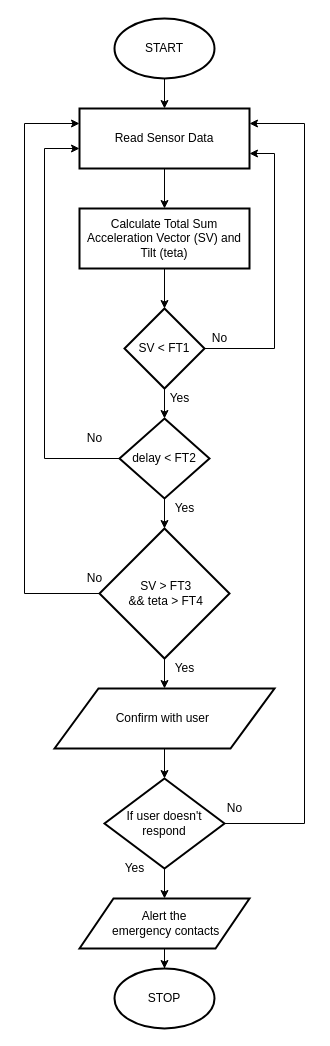
bhatvineeth/FallDetectionSystem keeps this draw.io diagram as Documents/Design/Flowchart/Flowchart.drawio. Above is the earlier version. Source tidied: cells renumbered, new cells numbered last; positions are measured from the earlier drawing's top-left corner, leaving out a move shared by most shapes. Both pictures are drawn from the tidied source at 100%, with x=0, y=0 at pixel (24, 18).
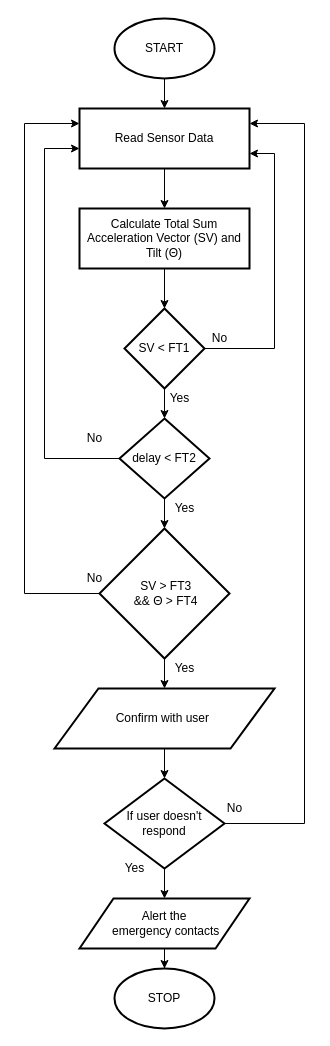
The same diagram, later.

What changed in the source:
```diff
@@
-    <mxCell id="7" value="Calculate Total Sum Acceleration Vector (SV) and Tilt (teta)" style="rounded=0;whiteSpace=wrap;html=1;strokeWidth=2;" parent="1" vertex="1">
+    <mxCell id="7" value="Calculate Total Sum Acceleration Vector (SV) and Tilt (Θ)" style="rounded=0;whiteSpace=wrap;html=1;strokeWidth=2;" parent="1" vertex="1">
       <mxGeometry x="55" y="190" width="170" height="60" as="geometry" />
     </mxCell>
@@
-    <mxCell id="15" value="&amp;nbsp;SV &amp;gt; FT3&lt;br&gt;&amp;nbsp;&amp;amp;&amp;amp; teta &amp;gt; FT4" style="rhombus;whiteSpace=wrap;html=1;strokeWidth=2;" parent="1" vertex="1">
+    <mxCell id="15" value="&amp;nbsp;SV &amp;gt; FT3&lt;br&gt;&amp;nbsp;&amp;amp;&amp;amp; Θ &amp;gt; FT4" style="rhombus;whiteSpace=wrap;html=1;strokeWidth=2;" parent="1" vertex="1">
       <mxGeometry x="75" y="510" width="130" height="130" as="geometry" />
     </mxCell>
```
